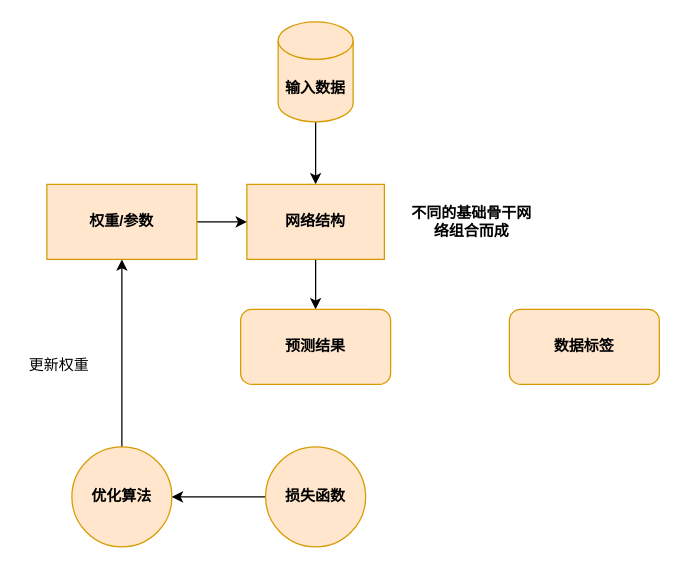
The draw.io diagram DL23_layers_networks_loss_function_optimizer.drawio in Landau1994/learngit, before the edit. Source tidied: cells renumbered, new cells numbered last; positions are measured from the earlier drawing's top-left corner, leaving out a move shared by most shapes. Both pictures are drawn from the tidied source at 125%, with x=0, y=0 at pixel (21, 21).
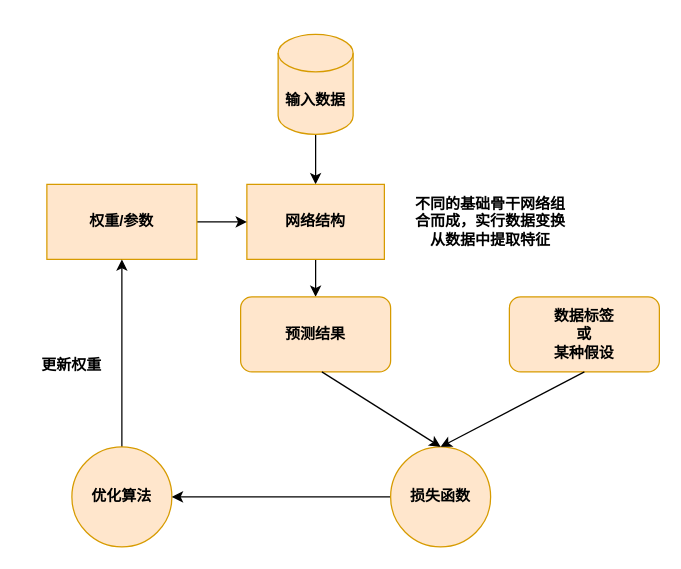
The same page after the edit.

The edit, as a diff of the source:
```diff
@@
 <mxGraphModel>
   <root>
     <mxCell id="0" />
     <mxCell id="1" parent="0" />
     <mxCell id="2" style="edgeStyle=orthogonalEdgeStyle;rounded=0;jettySize=auto;html=1;" parent="1" edge="1" source="3" target="5">
       <mxGeometry relative="1" as="geometry" />
     </mxCell>
     <mxCell id="3" value="输入数据" style="shape=cylinder3;whiteSpace=wrap;html=1;boundedLbl=1;backgroundOutline=1;size=15;fillColor=#ffe6cc;strokeColor=#d79b00;fontStyle=1;" parent="1" vertex="1">
-      <mxGeometry x="205" width="60" height="80" as="geometry" />
+      <mxGeometry x="205" y="10" width="60" height="80" as="geometry" />
     </mxCell>
     <mxCell id="4" style="edgeStyle=orthogonalEdgeStyle;rounded=0;jettySize=auto;html=1;" parent="1" edge="1" source="5" target="14">
       <mxGeometry relative="1" as="geometry" />
     </mxCell>
     <mxCell id="5" value="网络结构" style="whiteSpace=wrap;html=1;fillColor=#ffe6cc;strokeColor=#d79b00;fontStyle=1;" parent="1" vertex="1">
       <mxGeometry x="180" y="130" width="110" height="60" as="geometry" />
     </mxCell>
-    <mxCell id="6" value="不同的基础骨干网络组合而成" style="text;html=1;strokeColor=none;fillColor=none;align=center;verticalAlign=middle;whiteSpace=wrap;rounded=0;fontStyle=1;" parent="1" vertex="1">
-      <mxGeometry x="310" y="145" width="100" height="30" as="geometry" />
+    <mxCell id="6" value="不同的基础骨干网络组合而成，实行数据变换从数据中提取特征" style="text;html=1;strokeColor=none;fillColor=none;align=center;verticalAlign=middle;whiteSpace=wrap;rounded=0;fontStyle=1;" parent="1" vertex="1">
+      <mxGeometry x="310" y="145" width="130" height="30" as="geometry" />
     </mxCell>
     <mxCell id="7" style="edgeStyle=orthogonalEdgeStyle;rounded=0;jettySize=auto;html=1;" parent="1" edge="1" source="8" target="5">
       <mxGeometry relative="1" as="geometry" />
     </mxCell>
     <mxCell id="8" value="权重/参数" style="whiteSpace=wrap;html=1;fillColor=#ffe6cc;strokeColor=#d79b00;fontStyle=1;" parent="1" vertex="1">
       <mxGeometry x="20" y="130" width="120" height="60" as="geometry" />
     </mxCell>
     <mxCell id="9" style="edgeStyle=orthogonalEdgeStyle;rounded=0;jettySize=auto;html=1;" parent="1" edge="1" source="10" target="8">
       <mxGeometry relative="1" as="geometry" />
     </mxCell>
     <mxCell id="10" value="优化算法" style="ellipse;whiteSpace=wrap;html=1;fillColor=#ffe6cc;strokeColor=#d79b00;fontStyle=1;direction=south;" parent="1" vertex="1">
       <mxGeometry x="40" y="340" width="80" height="80" as="geometry" />
     </mxCell>
     <mxCell id="11" style="edgeStyle=orthogonalEdgeStyle;rounded=0;jettySize=auto;html=1;" parent="1" edge="1" source="12" target="10">
       <mxGeometry relative="1" as="geometry" />
     </mxCell>
     <mxCell id="12" value="损失函数" style="ellipse;whiteSpace=wrap;html=1;fillColor=#ffe6cc;strokeColor=#d79b00;fontStyle=1;" parent="1" vertex="1">
-      <mxGeometry x="195" y="340" width="80" height="80" as="geometry" />
+      <mxGeometry x="295" y="340" width="80" height="80" as="geometry" />
     </mxCell>
-    <mxCell id="13" value="更新权重" style="text;html=1;strokeColor=none;fillColor=none;align=center;verticalAlign=middle;whiteSpace=wrap;rounded=0;" parent="1" vertex="1">
-      <mxGeometry y="260" width="60" height="30" as="geometry" />
+    <mxCell id="13" value="&lt;b&gt;更新权重&lt;/b&gt;" style="text;html=1;strokeColor=none;fillColor=none;align=center;verticalAlign=middle;whiteSpace=wrap;rounded=0;" parent="1" vertex="1">
+      <mxGeometry x="10" y="260" width="60" height="30" as="geometry" />
     </mxCell>
     <mxCell id="14" value="预测结果" style="rounded=1;whiteSpace=wrap;html=1;fillColor=#ffe6cc;strokeColor=#d79b00;fontStyle=1;" parent="1" vertex="1">
-      <mxGeometry x="175" y="230" width="120" height="60" as="geometry" />
+      <mxGeometry x="175" y="220" width="120" height="60" as="geometry" />
     </mxCell>
-    <mxCell id="15" value="数据标签&lt;br&gt;" style="rounded=1;whiteSpace=wrap;html=1;fillColor=#ffe6cc;strokeColor=#d79b00;fontStyle=1;" parent="1" vertex="1">
-      <mxGeometry x="390" y="230" width="120" height="60" as="geometry" />
+    <mxCell id="15" value="数据标签&lt;br&gt;或&lt;br&gt;某种假设" style="rounded=1;whiteSpace=wrap;html=1;fillColor=#ffe6cc;strokeColor=#d79b00;fontStyle=1;" parent="1" vertex="1">
+      <mxGeometry x="390" y="220" width="120" height="60" as="geometry" />
     </mxCell>
+    <mxCell id="16" style="endArrow=classic;html=1;rounded=0;entryX=0.5;entryY=0;entryDx=0;entryDy=0;" parent="1" edge="1" target="12">
+      <mxGeometry relative="1" as="geometry">
+        <mxPoint x="240" y="280" as="sourcePoint" />
+      </mxGeometry>
+    </mxCell>
+    <mxCell id="17" style="endArrow=classic;html=1;rounded=0;entryX=0.5;entryY=0;entryDx=0;entryDy=0;" parent="1" edge="1" target="12">
+      <mxGeometry relative="1" as="geometry">
+        <mxPoint x="450" y="280" as="sourcePoint" />
+      </mxGeometry>
+    </mxCell>
   </root>
 </mxGraphModel>
```
